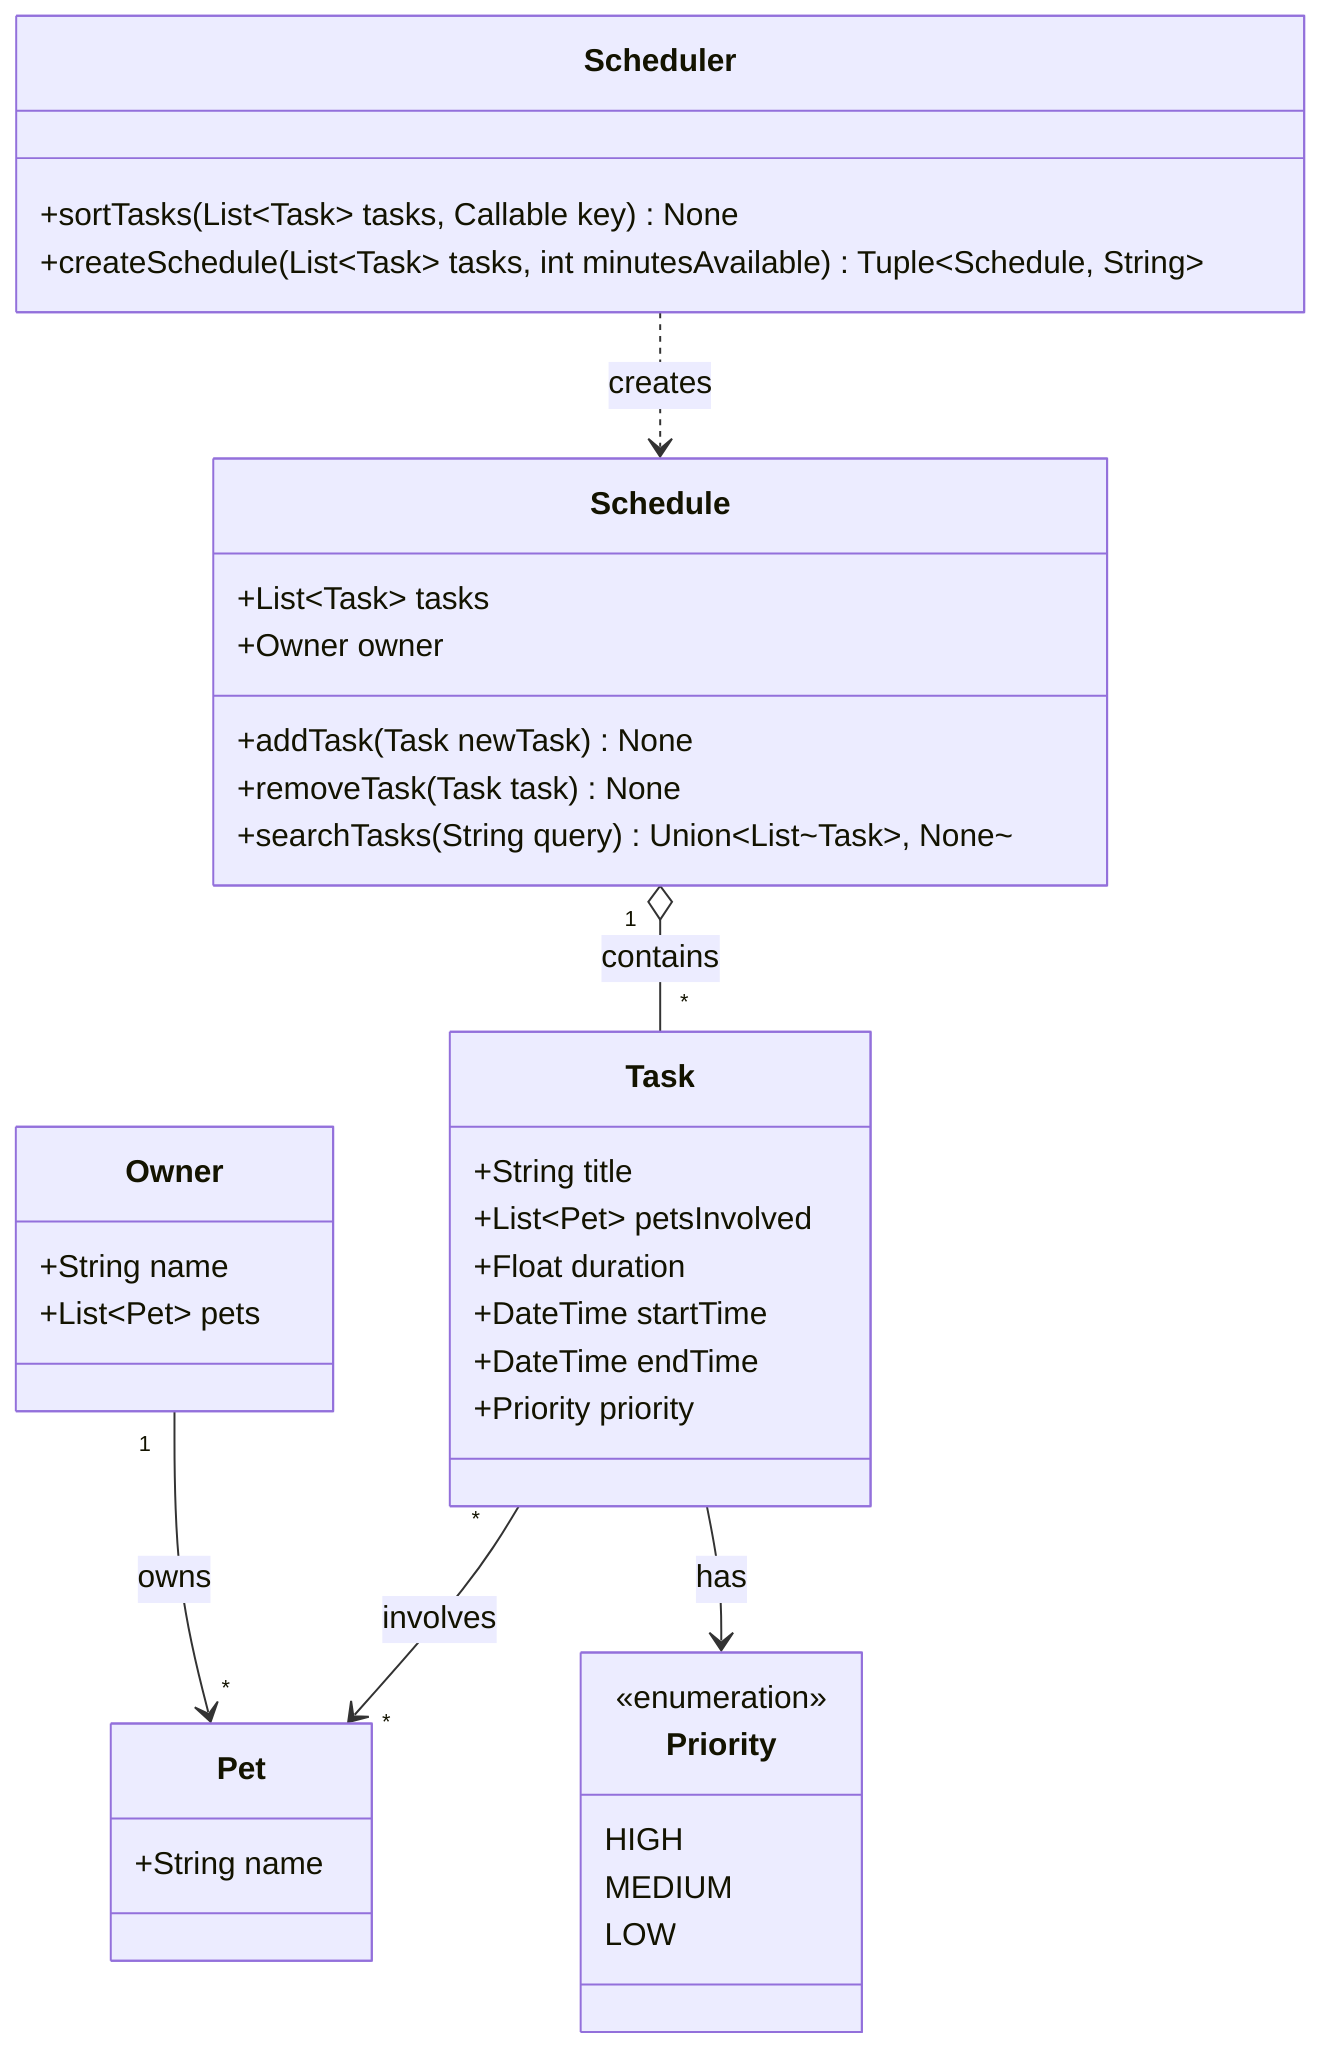
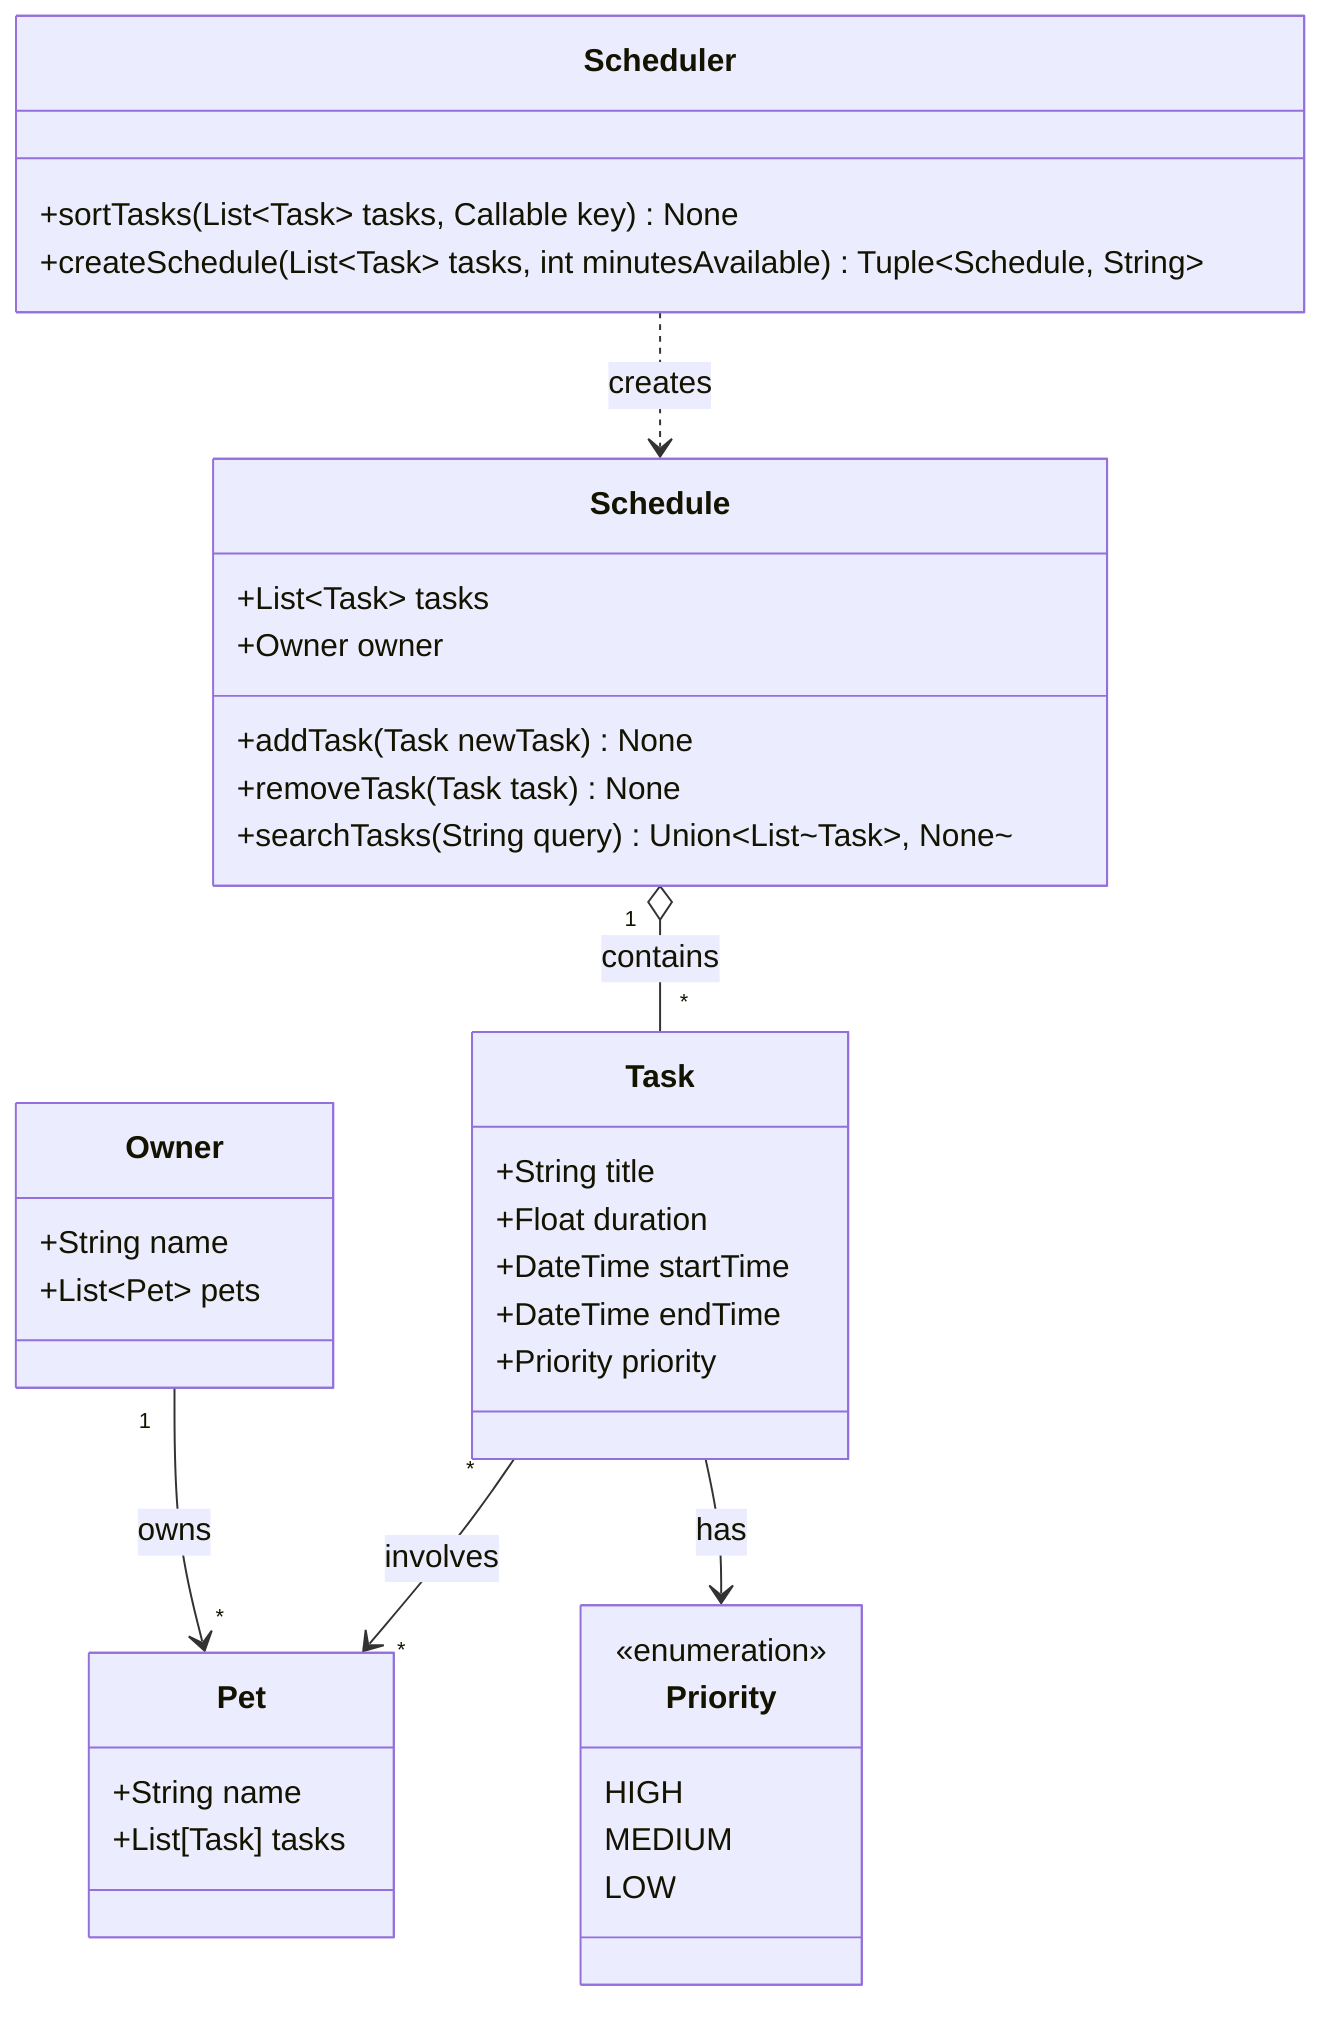
classDiagram
    %% PawPal+ class diagram — pet care task scheduling

    class Pet {
        +String name
+         +List[Task] tasks
    }

    class Owner {
        +String name
        +List~Pet~ pets
    }

    class Task {
        +String title
-         +List~Pet~ petsInvolved
        +Float duration
        +DateTime startTime
        +DateTime endTime
        +Priority priority
    }

    class Schedule {
        +List~Task~ tasks
        +Owner owner

        +addTask(Task newTask) None
        +removeTask(Task task) None
        +searchTasks(String query) Union~List~Task~, None~
    }

    class Scheduler {
        +sortTasks(List~Task~ tasks, Callable key) None
        +createSchedule(List~Task~ tasks, int minutesAvailable) Tuple~Schedule, String~
    }

    class Priority {
        <<enumeration>>
        HIGH
        MEDIUM
        LOW
    }

    Owner "1" --> "*" Pet : owns
    Task "*" --> "*" Pet : involves
    Task --> Priority : has
    Scheduler ..> Schedule : creates
    Schedule "1" o-- "*" Task : contains
